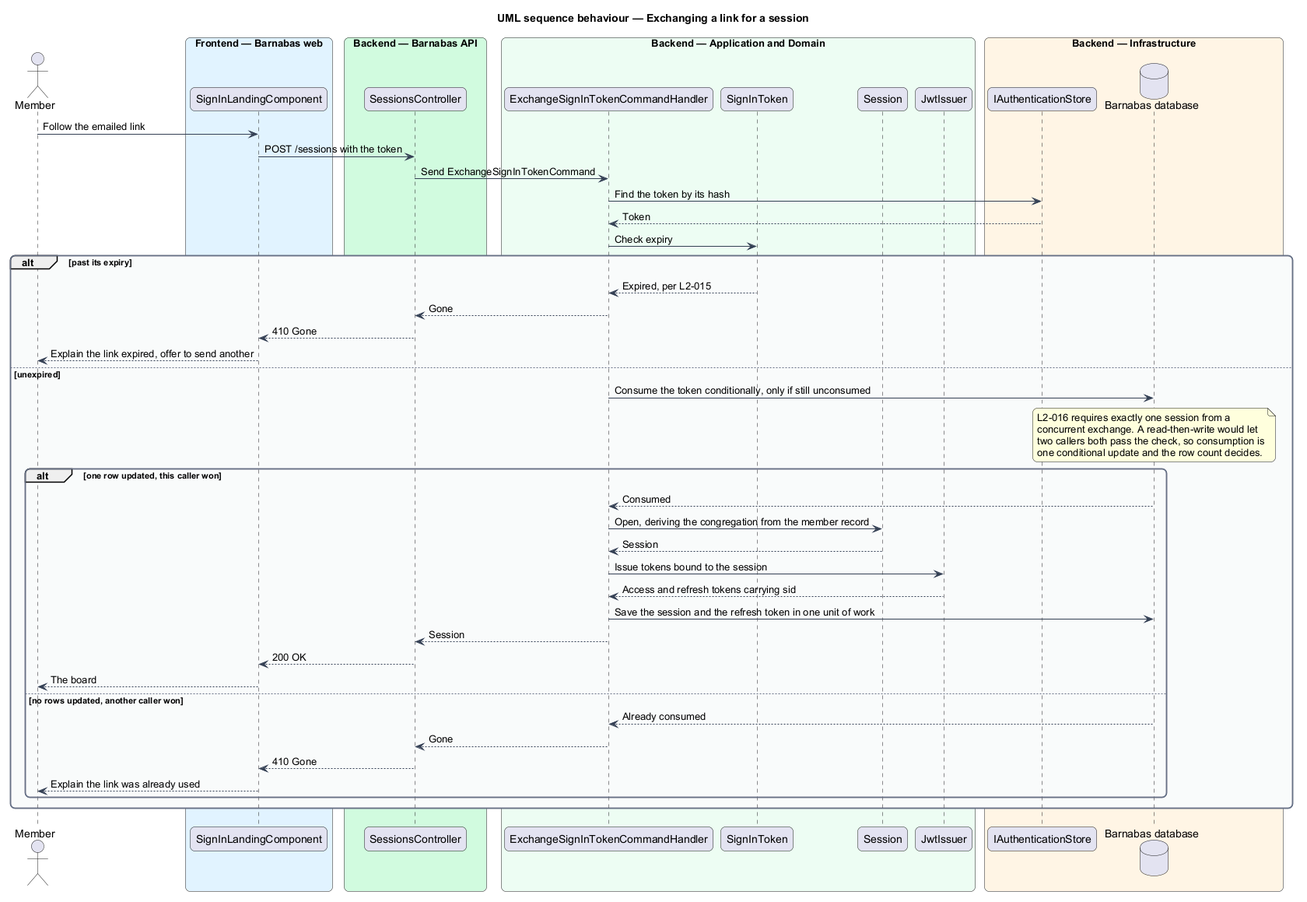
Earlier version of the PlantUML export docs/detailed-designs/access/sign-in-with-a-link/diagrams/sequence-exchange.png (QuinntyneBrown/Barnabas).
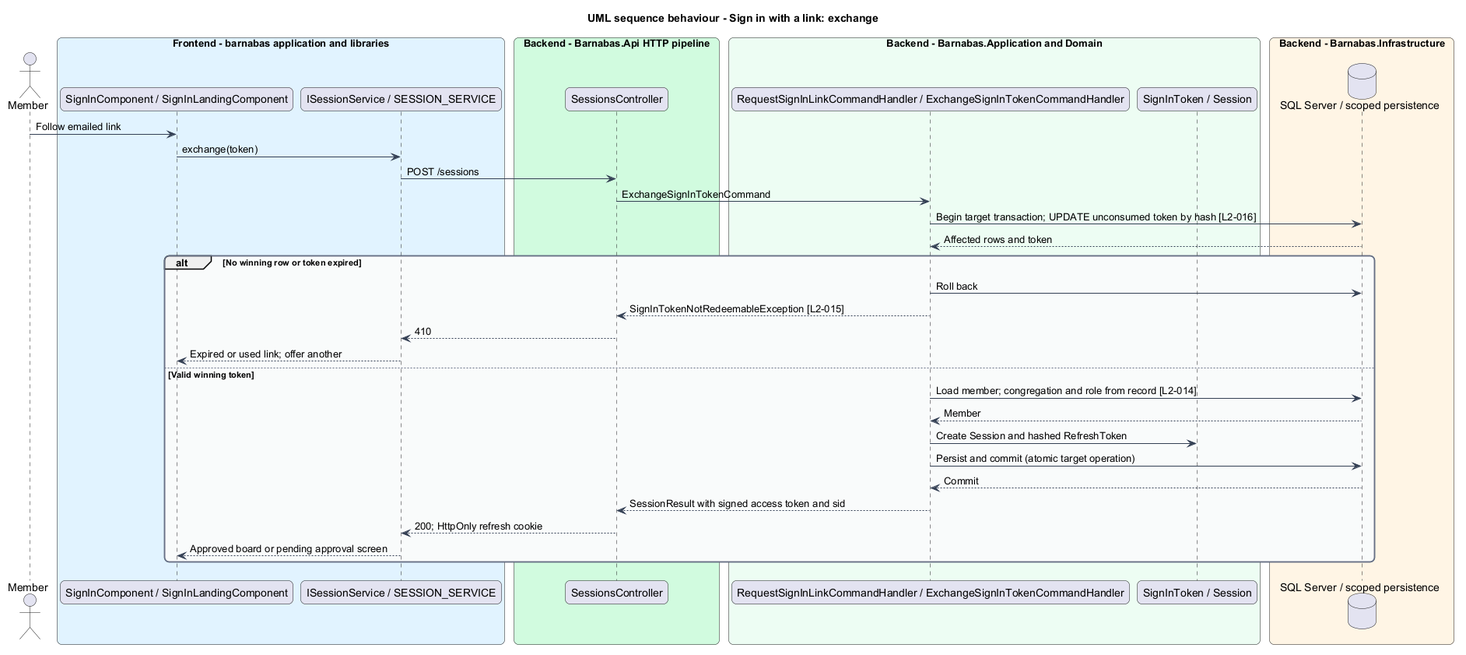
The same file after the commit.

The edit, as a diff of the source:
```diff
@@ -1,5 +1,5 @@
 @startuml
-title UML sequence behaviour — Exchanging a link for a session
+title UML sequence behaviour - Sign in with a link: exchange
 skinparam backgroundColor #FFFFFF
 skinparam shadowing false
 skinparam roundcorner 12
@@ -15,52 +15,39 @@
   BackgroundColor #F9FAFB
 }
 actor "Member" as actor
-box "Frontend — Barnabas web" #E0F2FE
-  participant "SignInLandingComponent" as page
+box "Frontend - barnabas application and libraries" #E0F2FE
+  participant "SignInComponent / SignInLandingComponent" as page
+  participant "ISessionService / SESSION_SERVICE" as client
 end box
-box "Backend — Barnabas API" #D1FADF
-  participant "SessionsController" as controller
+box "Backend - Barnabas.Api HTTP pipeline" #D1FADF
+  participant "SessionsController" as api
 end box
-box "Backend — Application and Domain" #ECFDF3
-  participant "ExchangeSignInTokenCommandHandler" as handler
-  participant "SignInToken" as token
-  participant "Session" as session
-  participant "JwtIssuer" as issuer
+box "Backend - Barnabas.Application and Domain" #ECFDF3
+  participant "RequestSignInLinkCommandHandler / ExchangeSignInTokenCommandHandler" as handler
+  participant "SignInToken / Session" as entity
 end box
-box "Backend — Infrastructure" #FFF4E5
-  participant "IAuthenticationStore" as store
-  database "Barnabas database" as db
+box "Backend - Barnabas.Infrastructure" #FFF4E5
+  database "SQL Server / scoped persistence" as db
 end box
-
-actor -> page : Follow the emailed link
-page -> controller : POST /sessions with the token
-controller -> handler : Send ExchangeSignInTokenCommand
-handler -> store : Find the token by its hash
-store --> handler : Token
-handler -> token : Check expiry
-alt past its expiry
-  token --> handler : Expired, per L2-015
-  handler --> controller : Gone
-  controller --> page : 410 Gone
-  page --> actor : Explain the link expired, offer to send another
-else unexpired
-  handler -> db : Consume the token conditionally, only if still unconsumed
-  note over db : L2-016 requires exactly one session from a\nconcurrent exchange. A read-then-write would let\ntwo callers both pass the check, so consumption is\none conditional update and the row count decides.
-  alt one row updated, this caller won
-    db --> handler : Consumed
-    handler -> session : Open, deriving the congregation from the member record
-    session --> handler : Session
-    handler -> issuer : Issue tokens bound to the session
-    issuer --> handler : Access and refresh tokens carrying sid
-    handler -> db : Save the session and the refresh token in one unit of work
-    handler --> controller : Session
-    controller --> page : 200 OK
-    page --> actor : The board
-  else no rows updated, another caller won
-    db --> handler : Already consumed
-    handler --> controller : Gone
-    controller --> page : 410 Gone
-    page --> actor : Explain the link was already used
-  end
+actor -> page : Follow emailed link
+page -> client : exchange(token)
+client -> api : POST /sessions
+api -> handler : ExchangeSignInTokenCommand
+handler -> db : Begin target transaction; UPDATE unconsumed token by hash [L2-016]
+db --> handler : Affected rows and token
+alt No winning row or token expired
+  handler -> db : Roll back
+  handler --> api : SignInTokenNotRedeemableException [L2-015]
+  api --> client : 410
+  client --> page : Expired or used link; offer another
+else Valid winning token
+  handler -> db : Load member; congregation and role from record [L2-014]
+  db --> handler : Member
+  handler -> entity : Create Session and hashed RefreshToken
+  handler -> db : Persist and commit (atomic target operation)
+  db --> handler : Commit
+  handler --> api : SessionResult with signed access token and sid
+  api --> client : 200; HttpOnly refresh cookie
+  client --> page : Approved board or pending approval screen
 end
 @enduml
```
